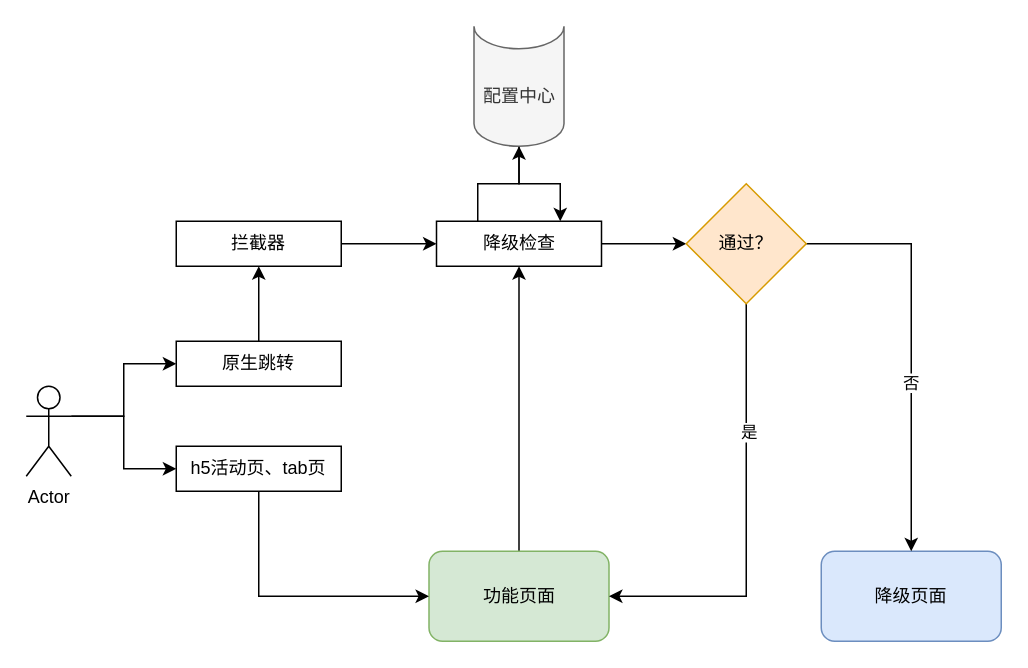
Earlier version of the draw.io diagram 降级.drawio (baosiqing/draw). Source tidied: cells renumbered, new cells numbered last; positions are measured from the earlier drawing's top-left corner, leaving out a move shared by most shapes. Both pictures are drawn from the tidied source at 150%, with x=0, y=0 at pixel (26, 26).
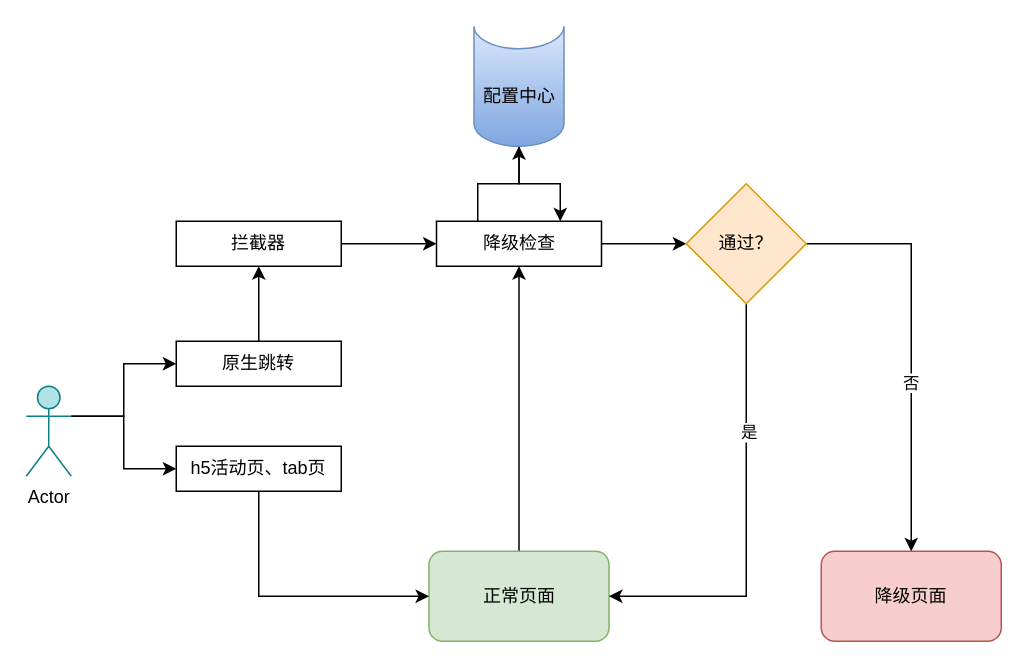
The same diagram, later.

What changed in the source:
```diff
@@
-    <mxCell id="3" value="功能页面" style="rounded=1;whiteSpace=wrap;html=1;fillColor=#d5e8d4;strokeColor=#82b366;" parent="1" vertex="1">
+    <mxCell id="3" value="正常页面" style="rounded=1;whiteSpace=wrap;html=1;fillColor=#d5e8d4;strokeColor=#82b366;" parent="1" vertex="1">
       <mxGeometry x="268.5" y="350" width="120" height="60" as="geometry" />
     </mxCell>
@@
-    <mxCell id="6" value="Actor" style="shape=umlActor;verticalLabelPosition=bottom;verticalAlign=top;html=1;outlineConnect=0;" parent="1" vertex="1">
+    <mxCell id="6" value="Actor" style="shape=umlActor;verticalLabelPosition=bottom;verticalAlign=top;html=1;outlineConnect=0;fillColor=#b0e3e6;strokeColor=#0e8088;" parent="1" vertex="1">
       <mxGeometry y="240" width="30" height="60" as="geometry" />
     </mxCell>
@@
-    <mxCell id="10" value="配置中心" style="shape=cylinder3;whiteSpace=wrap;html=1;boundedLbl=1;backgroundOutline=1;size=15;lid=0;fillColor=#f5f5f5;fontColor=#333333;strokeColor=#666666;" parent="1" vertex="1">
+    <mxCell id="10" value="配置中心" style="shape=cylinder3;whiteSpace=wrap;html=1;boundedLbl=1;backgroundOutline=1;size=15;lid=0;fillColor=#dae8fc;strokeColor=#6c8ebf;gradientColor=#7ea6e0;" parent="1" vertex="1">
       <mxGeometry x="298.5" width="60" height="80" as="geometry" />
     </mxCell>
@@
-    <mxCell id="14" value="降级页面" style="rounded=1;whiteSpace=wrap;html=1;fillColor=#dae8fc;strokeColor=#6c8ebf;" parent="1" vertex="1">
+    <mxCell id="14" value="降级页面" style="rounded=1;whiteSpace=wrap;html=1;fillColor=#f8cecc;strokeColor=#b85450;" parent="1" vertex="1">
       <mxGeometry x="530" y="350" width="120" height="60" as="geometry" />
     </mxCell>
```
